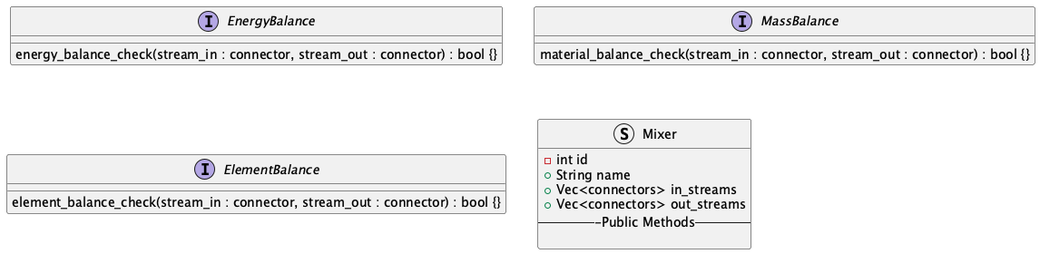
The PlantUML diagram blocks-module/Blocks_Module_Class_Diagram.png in OSCPS-Project/OSCPS-UML, before a commit.
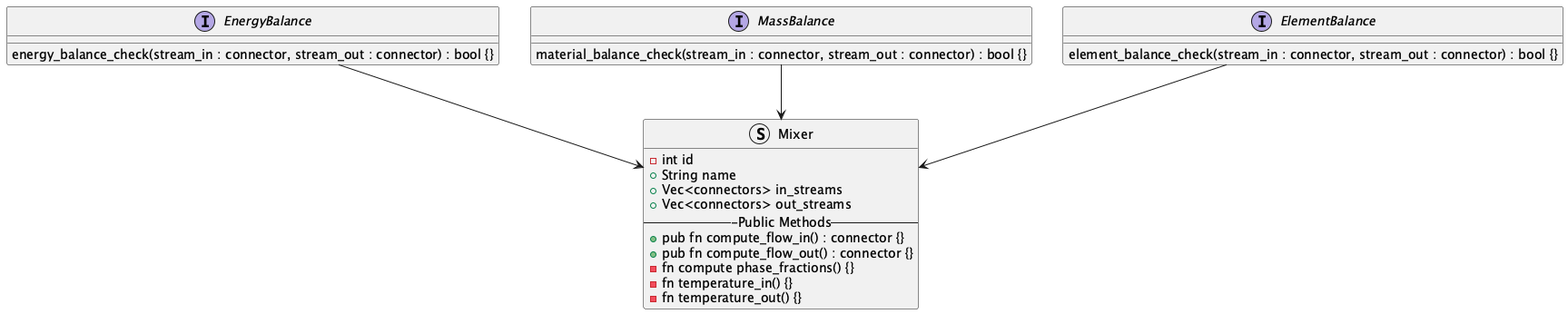
The same file after the commit.

What changed in the source:
```diff
@@ -23,8 +23,16 @@
   + Vec<connectors> in_streams
   + Vec<connectors> out_streams
   ---Public Methods--
+  + pub fn compute_flow_in() : connector {}
+  + pub fn compute_flow_out() : connector {}
+  - fn compute phase_fractions() {}
+  - fn temperature_in() {}
+  - fn temperature_out() {}
+}
 
-}
+EnergyBalance --> Mixer
+MassBalance --> Mixer
+ElementBalance --> Mixer
 
 
 @enduml
```
